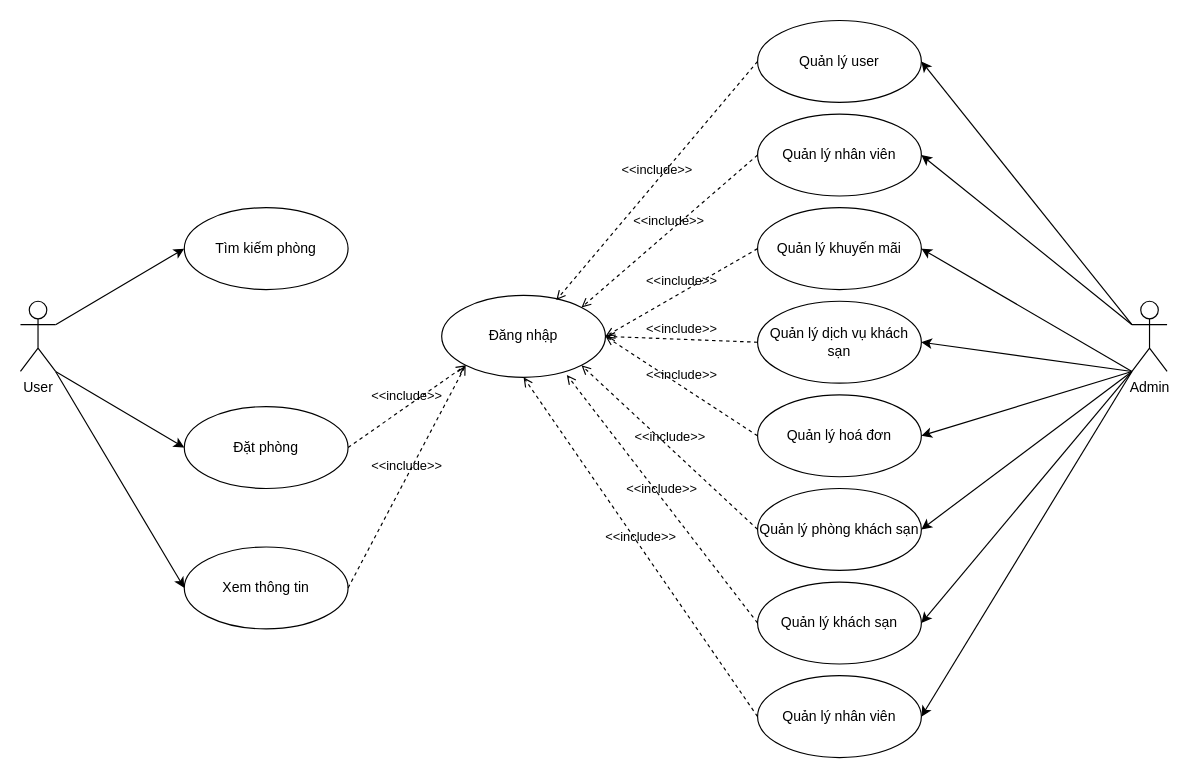
This is doan_usecase.drawio from alikuxac/alikuxac, a draw.io file, before an edit. Source tidied: cells renumbered, new cells numbered last; positions are measured from the earlier drawing's top-left corner, leaving out a move shared by most shapes. Both pictures are drawn from the tidied source at 117%, with x=0, y=0 at pixel (20, 20).
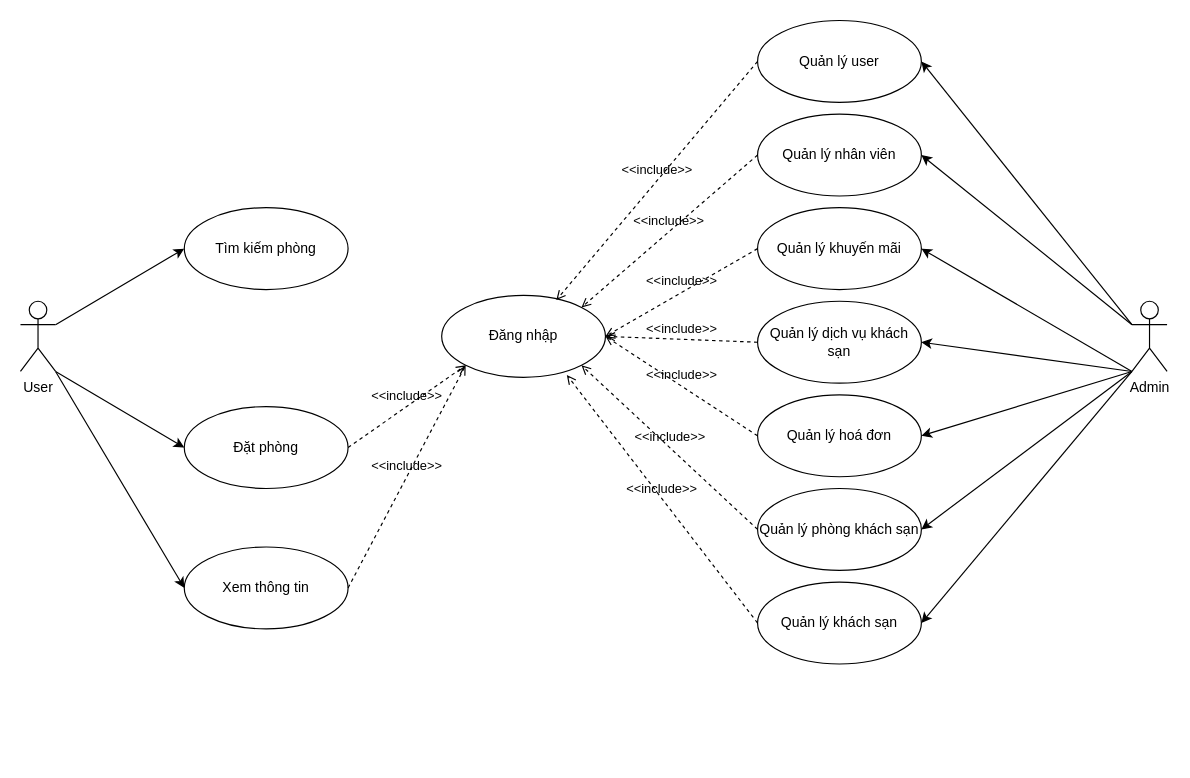
After the change.

The change refers to these unchanged cells:
```xml
<mxCell id="3" value="Admin" style="shape=umlActor;verticalLabelPosition=bottom;verticalAlign=top;html=1;" parent="1" vertex="1">
  <mxGeometry x="950" y="240" width="30" height="60" as="geometry" />
</mxCell>
<mxCell id="4" value="Đăng nhập" style="ellipse;whiteSpace=wrap;html=1;" parent="1" vertex="1">
  <mxGeometry x="360" y="235" width="140" height="70" as="geometry" />
</mxCell>
```

What changed in the source:
```diff
@@
-    <mxCell id="6" value="Quản lý nhân viên" style="ellipse;whiteSpace=wrap;html=1;" parent="1" vertex="1">
-      <mxGeometry x="630" y="560" width="140" height="70" as="geometry" />
-    </mxCell>
@@
-    <mxCell id="13" value="&amp;lt;&amp;lt;include&amp;gt;&amp;gt;" style="html=1;verticalAlign=bottom;labelBackgroundColor=none;endArrow=open;endFill=0;dashed=1;rounded=0;exitX=0;exitY=0.5;exitDx=0;exitDy=0;entryX=0.5;entryY=1;entryDx=0;entryDy=0;" parent="1" edge="1" source="6" target="4">
-      <mxGeometry relative="1" as="geometry" />
-    </mxCell>
@@
-    <mxCell id="20" style="endArrow=classic;html=1;rounded=0;exitX=0;exitY=1;exitDx=0;exitDy=0;exitPerimeter=0;entryX=1;entryY=0.5;entryDx=0;entryDy=0;" parent="1" edge="1" source="3" target="6">
-      <mxGeometry relative="1" as="geometry" />
-    </mxCell>
```
